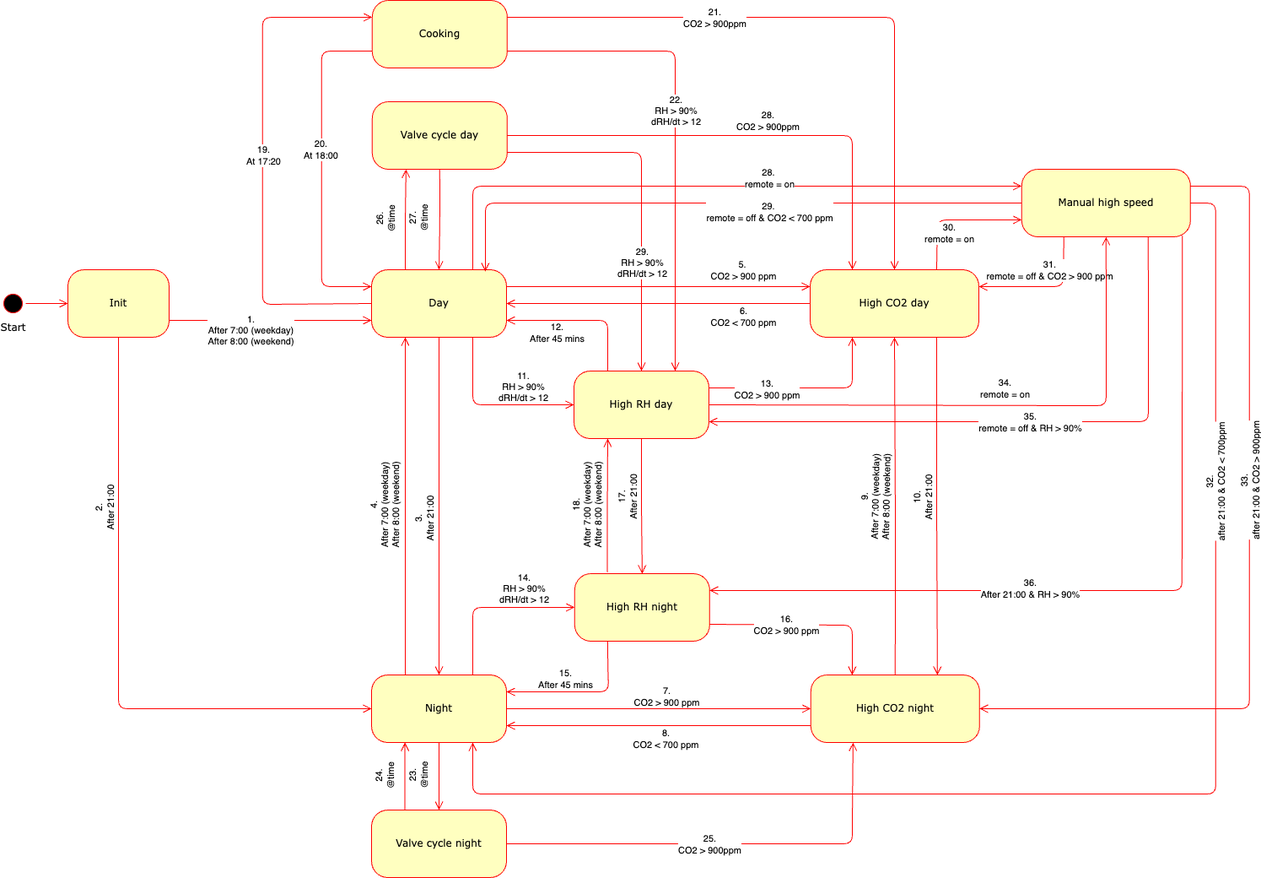
PeterLourens/OSVentilationPy keeps this draw.io diagram as design docs/statemachine.png. Above is the earlier version. Source tidied: cells renumbered, new cells last; positions are measured from the earlier drawing's top-left corner, leaving out a move shared by most shapes.
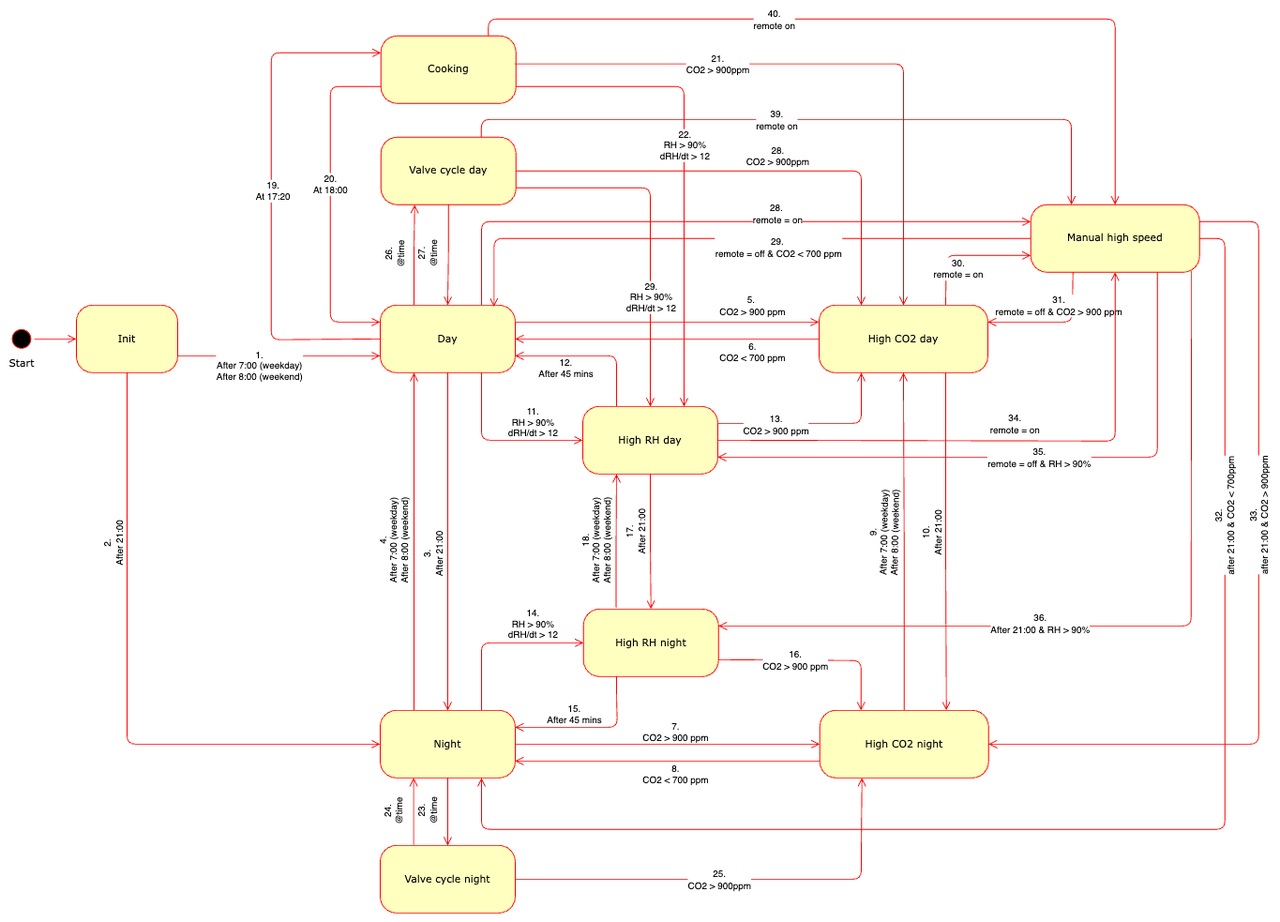
After the commit.

Commit message:
updated statemachine drawing and state transistion matrix

Change to the diagram source:
```diff
@@ -304,7 +304,7 @@
         <mxPoint y="80" as="offset" />
       </mxGeometry>
     </mxCell>
-    <mxCell id="66" style="edgeStyle=orthogonalEdgeStyle;html=1;exitX=1;exitY=0.25;labelBackgroundColor=none;endArrow=open;endSize=8;strokeColor=#ff0000;fontFamily=Verdana;fontSize=12;align=left;entryX=0.5;entryY=0;entryDx=0;entryDy=0;exitDx=0;exitDy=0;" parent="1" edge="1" source="47" target="11">
+    <mxCell id="66" style="edgeStyle=orthogonalEdgeStyle;html=1;exitX=0.993;exitY=0.415;labelBackgroundColor=none;endArrow=open;endSize=8;strokeColor=#ff0000;fontFamily=Verdana;fontSize=12;align=left;entryX=0.5;entryY=0;entryDx=0;entryDy=0;exitDx=0;exitDy=0;exitPerimeter=0;" parent="1" edge="1" source="47" target="11">
       <mxGeometry relative="1" as="geometry" />
     </mxCell>
     <mxCell id="67" value="21.&lt;div&gt;CO2 &amp;gt; 900ppm&lt;/div&gt;" style="edgeLabel;html=1;align=center;verticalAlign=middle;rotation=0;" parent="66" vertex="1">
@@ -456,5 +456,34 @@
         <mxPoint x="-179" y="1" as="offset" />
       </mxGeometry>
     </mxCell>
+    <mxCell id="91" style="edgeStyle=orthogonalEdgeStyle;html=1;exitX=0.795;exitY=0.008;labelBackgroundColor=none;endArrow=open;endSize=8;strokeColor=#ff0000;fontFamily=Verdana;fontSize=12;align=left;entryX=0.5;entryY=0;entryDx=0;entryDy=0;exitDx=0;exitDy=0;exitPerimeter=0;" parent="1" edge="1" source="47" target="72">
+      <mxGeometry relative="1" as="geometry">
+        <Array as="points">
+          <mxPoint x="568" y="-20" />
+          <mxPoint x="1311" y="-20" />
+        </Array>
+      </mxGeometry>
+    </mxCell>
+    <mxCell id="92" value="40.&lt;div&gt;remote on&lt;/div&gt;" style="edgeLabel;html=1;align=center;verticalAlign=middle;rotation=0;" parent="91" vertex="1">
+      <mxGeometry relative="1" as="geometry">
+        <mxPoint x="-133" as="offset" />
+      </mxGeometry>
+    </mxCell>
+    <mxCell id="93" style="edgeStyle=orthogonalEdgeStyle;html=1;exitX=0.75;exitY=0;labelBackgroundColor=none;endArrow=open;endSize=8;strokeColor=#ff0000;fontFamily=Verdana;fontSize=12;align=left;entryX=0.25;entryY=0;entryDx=0;entryDy=0;exitDx=0;exitDy=0;" parent="1" edge="1">
+      <mxGeometry relative="1" as="geometry">
+        <mxPoint x="559.9" y="120" as="sourcePoint" />
+        <mxPoint x="1259.9" y="200" as="targetPoint" />
+        <Array as="points">
+          <mxPoint x="560" y="99" />
+          <mxPoint x="1259" y="99" />
+          <mxPoint x="1259" y="200" />
+        </Array>
+      </mxGeometry>
+    </mxCell>
+    <mxCell id="94" value="39.&lt;div&gt;&lt;div&gt;remote on&lt;/div&gt;&lt;/div&gt;" style="edgeLabel;html=1;align=center;verticalAlign=middle;rotation=0;" parent="93" vertex="1">
+      <mxGeometry relative="1" as="geometry">
+        <mxPoint x="-41" as="offset" />
+      </mxGeometry>
+    </mxCell>
   </root>
 </mxGraphModel>
```
